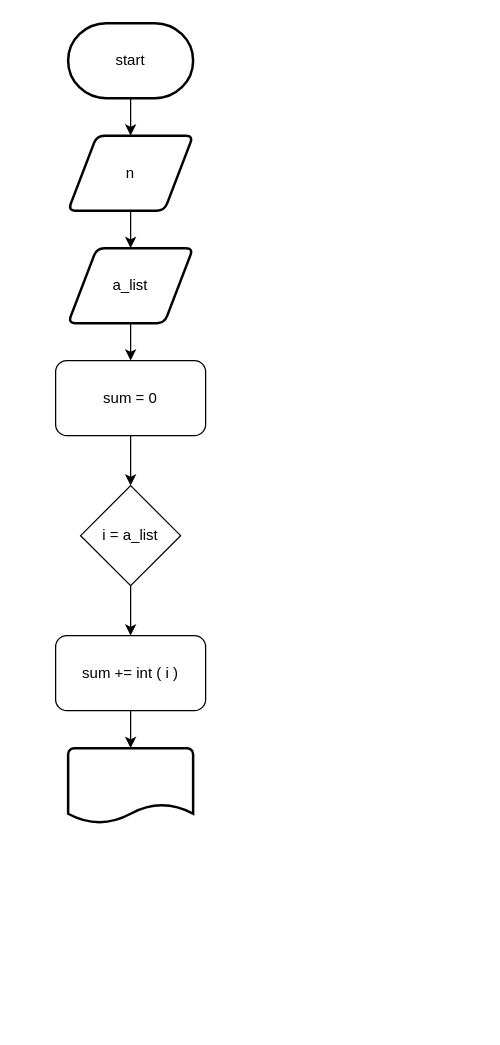
The draw.io diagram stage/06_string/11720.drawio in Gyeongrok-Oh/boj, before the edit. Source tidied: cells renumbered, new cells numbered last; positions are measured from the earlier drawing's top-left corner, leaving out a move shared by most shapes. Both pictures are drawn from the tidied source at 125%, with x=0, y=0 at pixel (55, 22).
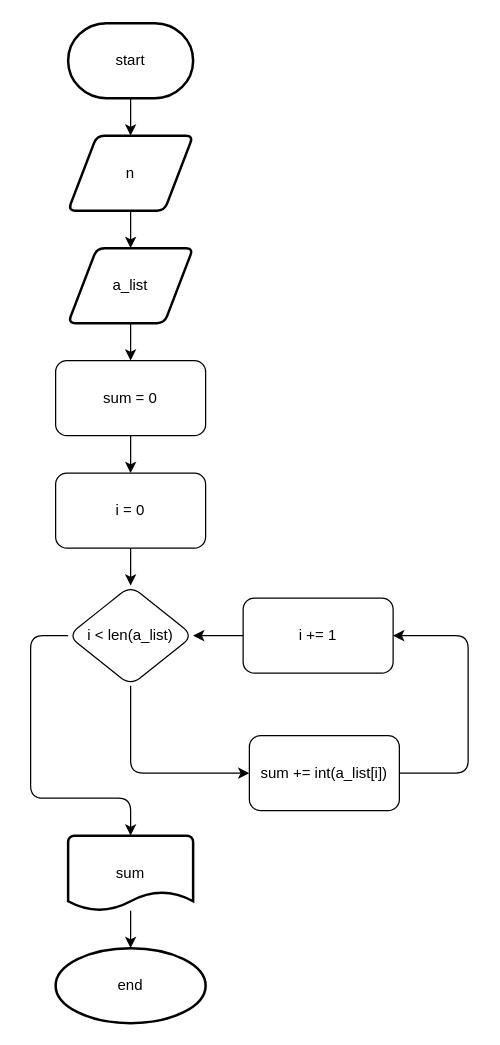
The same diagram, later.

Unchanged cells that the change refers to:
```xml
<mxCell id="9" value="sum = 0" style="rounded=1;whiteSpace=wrap;html=1;" parent="1" vertex="1">
  <mxGeometry y="270" width="120" height="60" as="geometry" />
</mxCell>
```

Change to the diagram source:
```diff
@@
-    <mxCell id="8" style="edgeStyle=none;html=1;" parent="1" edge="1" source="9">
-      <mxGeometry relative="1" as="geometry">
-        <mxPoint x="60" y="370" as="targetPoint" />
-      </mxGeometry>
+    <mxCell id="8" style="edgeStyle=none;html=1;entryX=0.5;entryY=0;entryDx=0;entryDy=0;" parent="1" edge="1" source="9" target="18">
+      <mxGeometry relative="1" as="geometry" />
     </mxCell>
@@
-    <mxCell id="10" style="edgeStyle=none;html=1;" parent="1" edge="1" source="11">
-      <mxGeometry relative="1" as="geometry">
-        <mxPoint x="60" y="490" as="targetPoint" />
-      </mxGeometry>
-    </mxCell>
-    <mxCell id="11" value="i = a_list" style="rhombus;whiteSpace=wrap;html=1;" parent="1" vertex="1">
-      <mxGeometry x="20" y="370" width="80" height="80" as="geometry" />
-    </mxCell>
-    <mxCell id="12" style="edgeStyle=none;html=1;" parent="1" edge="1" source="13">
-      <mxGeometry relative="1" as="geometry">
-        <mxPoint x="60" y="580" as="targetPoint" />
-      </mxGeometry>
-    </mxCell>
+    <mxCell id="15" style="edgeStyle=none;html=1;entryX=1;entryY=0.5;entryDx=0;entryDy=0;" parent="1" edge="1" source="13" target="23">
+      <mxGeometry relative="1" as="geometry">
+        <Array as="points">
+          <mxPoint x="330" y="600" />
+          <mxPoint x="330" y="490" />
+        </Array>
+      </mxGeometry>
+    </mxCell>
-    <mxCell id="13" value="sum += int ( i )" style="rounded=1;whiteSpace=wrap;html=1;" parent="1" vertex="1">
-      <mxGeometry y="490" width="120" height="60" as="geometry" />
+    <mxCell id="13" value="sum += int(a_list[i])" style="rounded=1;whiteSpace=wrap;html=1;" parent="1" vertex="1">
+      <mxGeometry x="155" y="570" width="120" height="60" as="geometry" />
     </mxCell>
+    <mxCell id="16" style="edgeStyle=none;html=1;" parent="1" edge="1" source="14" target="24">
+      <mxGeometry relative="1" as="geometry" />
+    </mxCell>
-    <mxCell id="14" style="strokeWidth=2;html=1;shape=mxgraph.flowchart.document2;whiteSpace=wrap;size=0.25;" parent="1" vertex="1">
-      <mxGeometry x="10" y="580" width="100" height="60" as="geometry" />
+    <mxCell id="14" value="sum" style="strokeWidth=2;html=1;shape=mxgraph.flowchart.document2;whiteSpace=wrap;size=0.25;" parent="1" vertex="1">
+      <mxGeometry x="10" y="650" width="100" height="60" as="geometry" />
     </mxCell>
+    <mxCell id="17" style="edgeStyle=none;html=1;" parent="1" edge="1" source="18" target="21">
+      <mxGeometry relative="1" as="geometry" />
+    </mxCell>
+    <mxCell id="18" value="i = 0" style="rounded=1;whiteSpace=wrap;html=1;" parent="1" vertex="1">
+      <mxGeometry y="360" width="120" height="60" as="geometry" />
+    </mxCell>
+    <mxCell id="19" style="edgeStyle=none;html=1;exitX=0.5;exitY=1;exitDx=0;exitDy=0;entryX=0;entryY=0.5;entryDx=0;entryDy=0;" parent="1" edge="1" source="21" target="13">
+      <mxGeometry relative="1" as="geometry">
+        <Array as="points">
+          <mxPoint x="60" y="600" />
+        </Array>
+      </mxGeometry>
+    </mxCell>
+    <mxCell id="20" style="edgeStyle=none;html=1;entryX=0.5;entryY=0;entryDx=0;entryDy=0;entryPerimeter=0;" parent="1" edge="1" source="21" target="14">
+      <mxGeometry relative="1" as="geometry">
+        <Array as="points">
+          <mxPoint x="-20" y="490" />
+          <mxPoint x="-20" y="620" />
+          <mxPoint x="60" y="620" />
+        </Array>
+      </mxGeometry>
+    </mxCell>
+    <mxCell id="21" value="i &amp;lt; len(a_list)" style="rhombus;whiteSpace=wrap;html=1;rounded=1;" parent="1" vertex="1">
+      <mxGeometry x="10" y="450" width="100" height="80" as="geometry" />
+    </mxCell>
+    <mxCell id="22" style="edgeStyle=none;html=1;entryX=1;entryY=0.5;entryDx=0;entryDy=0;" parent="1" edge="1" source="23" target="21">
+      <mxGeometry relative="1" as="geometry" />
+    </mxCell>
+    <mxCell id="23" value="i += 1" style="rounded=1;whiteSpace=wrap;html=1;" parent="1" vertex="1">
+      <mxGeometry x="150" y="460" width="120" height="60" as="geometry" />
+    </mxCell>
+    <mxCell id="24" value="end" style="ellipse;whiteSpace=wrap;html=1;strokeWidth=2;" parent="1" vertex="1">
+      <mxGeometry y="740" width="120" height="60" as="geometry" />
+    </mxCell>
```
